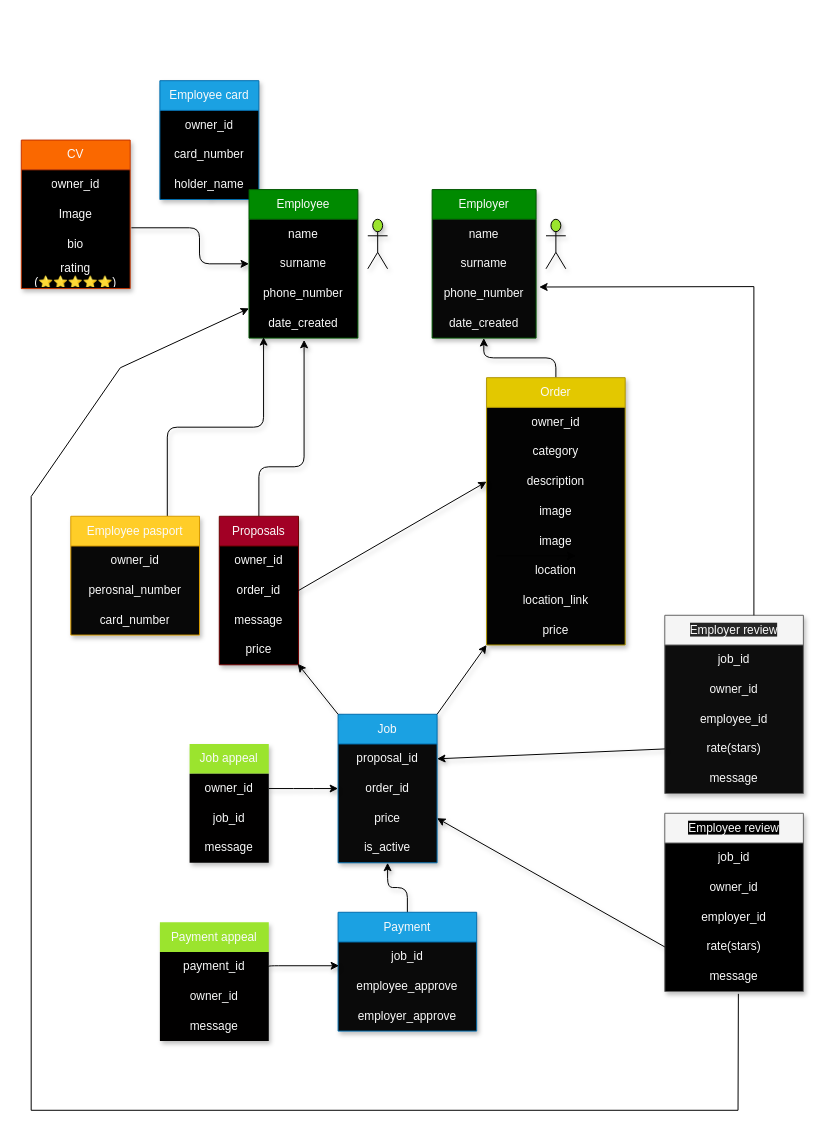
Above: draw.drawio in Labbay-Hizmatizda/main-project (draw.io), before the change. Source tidied: cells renumbered, new cells numbered last; positions are measured from the earlier drawing's top-left corner, leaving out a move shared by most shapes. Both pictures are drawn from the tidied source at 99%, with x=0, y=0 at pixel (21, 80).
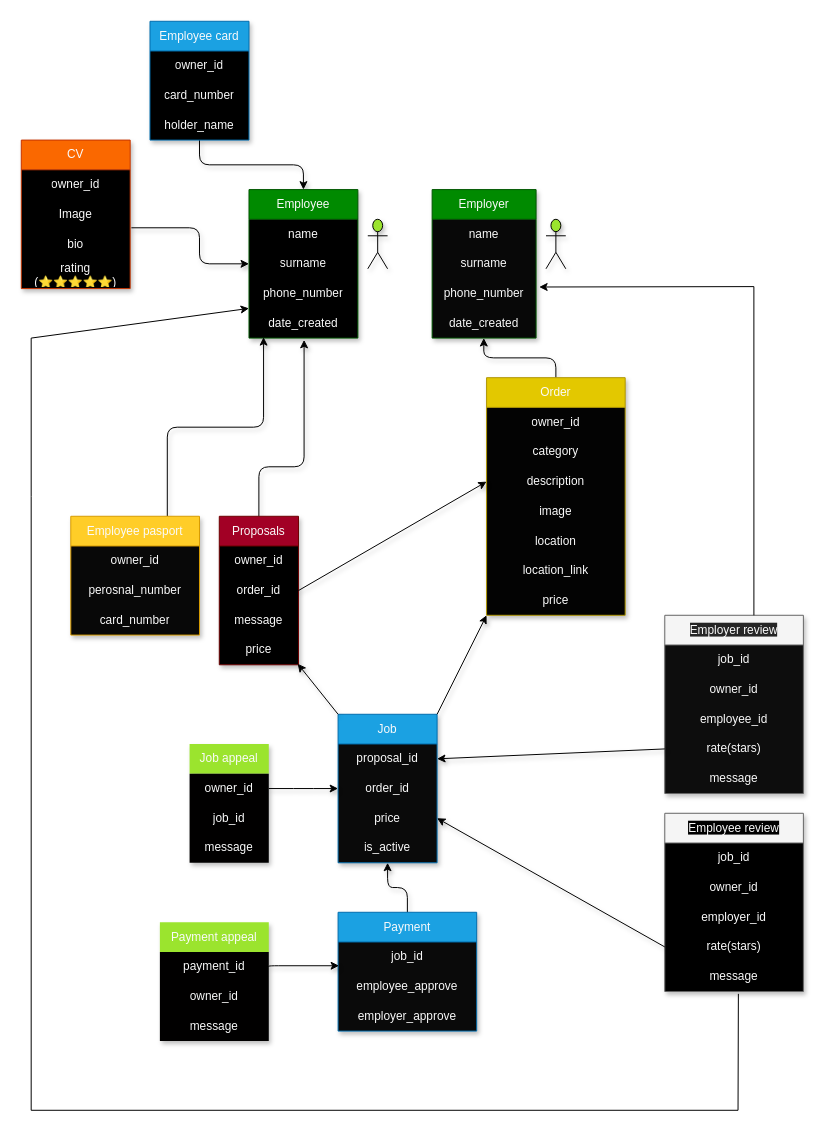
The same page after the edit.

The change refers to these unchanged cells:
```xml
<mxCell id="81" value="message" style="text;strokeColor=none;fillColor=none;align=center;verticalAlign=middle;spacingLeft=4;spacingRight=4;overflow=hidden;points=[[0,0.5],[1,0.5]];portConstraint=eastwest;whiteSpace=wrap;html=1;labelBackgroundColor=none;fontColor=#fafafa;shadow=1;" parent="76" vertex="1">
  <mxGeometry y="150" width="140" height="30" as="geometry" />
</mxCell>
```

Change to the diagram source:
```diff
@@
     <mxCell id="3" value="Employee card" style="swimlane;fontStyle=0;horizontal=1;startSize=30;whiteSpace=wrap;html=1;fillColor=#1ba1e2;fontColor=#fafafa;strokeColor=#006EAF;gradientColor=none;swimlaneFillColor=#000000;align=center;labelBackgroundColor=none;shadow=1;" parent="1" vertex="1">
-      <mxGeometry x="140" width="100" height="120" as="geometry" />
+      <mxGeometry x="130" y="-60" width="100" height="120" as="geometry" />
     </mxCell>
@@
     <mxCell id="24" value="Order" style="swimlane;fontStyle=0;horizontal=1;startSize=30;whiteSpace=wrap;html=1;fillColor=#e3c800;fontColor=#fafafa;strokeColor=#B09500;swimlaneFillColor=#030303;align=center;labelBackgroundColor=none;shadow=1;" parent="1" vertex="1">
-      <mxGeometry x="470" y="300" width="140" height="270" as="geometry" />
+      <mxGeometry x="470" y="300" width="140" height="240" as="geometry" />
     </mxCell>
@@
-    <mxCell id="29" value="image" style="text;strokeColor=none;fillColor=none;align=center;verticalAlign=middle;spacingLeft=4;spacingRight=4;overflow=hidden;whiteSpace=wrap;html=1;labelBackgroundColor=none;fontColor=#fafafa;shadow=1;" parent="24" vertex="1">
-      <mxGeometry y="150" width="140" height="30" as="geometry" />
-    </mxCell>
     <mxCell id="30" value="location" style="text;strokeColor=none;fillColor=none;align=center;verticalAlign=middle;spacingLeft=4;spacingRight=4;overflow=hidden;whiteSpace=wrap;html=1;labelBackgroundColor=none;fontColor=#fafafa;shadow=1;" parent="24" vertex="1">
-      <mxGeometry y="180" width="140" height="30" as="geometry" />
+      <mxGeometry y="150" width="140" height="30" as="geometry" />
     </mxCell>
     <mxCell id="31" value="location_link" style="text;strokeColor=none;fillColor=none;align=center;verticalAlign=middle;spacingLeft=4;spacingRight=4;overflow=hidden;whiteSpace=wrap;html=1;labelBackgroundColor=none;fontColor=#fafafa;shadow=1;" parent="24" vertex="1">
-      <mxGeometry y="210" width="140" height="30" as="geometry" />
+      <mxGeometry y="180" width="140" height="30" as="geometry" />
     </mxCell>
     <mxCell id="32" value="price" style="text;strokeColor=none;fillColor=none;align=center;verticalAlign=middle;spacingLeft=4;spacingRight=4;overflow=hidden;whiteSpace=wrap;html=1;labelBackgroundColor=none;fontColor=#fafafa;shadow=1;" parent="24" vertex="1">
-      <mxGeometry y="240" width="140" height="30" as="geometry" />
+      <mxGeometry y="210" width="140" height="30" as="geometry" />
     </mxCell>
@@
     <mxCell id="84" style="endArrow=classic;html=1;rounded=0;exitX=0.531;exitY=1.08;exitDx=0;exitDy=0;exitPerimeter=0;" parent="1" edge="1" source="81">
       <mxGeometry relative="1" as="geometry">
         <mxPoint x="230" y="230" as="targetPoint" />
         <Array as="points">
           <mxPoint x="724" y="1040" />
           <mxPoint x="10" y="1040" />
           <mxPoint x="10" y="420" />
-          <mxPoint x="100" y="290" />
+          <mxPoint x="10" y="260" />
         </Array>
       </mxGeometry>
     </mxCell>
@@
-    <mxCell id="86" style="edgeStyle=none;orthogonalLoop=1;jettySize=auto;html=1;rounded=0;" parent="1" edge="1">
-      <mxGeometry relative="1" as="geometry">
-        <mxPoint x="480" y="480" as="sourcePoint" />
-        <mxPoint x="560" y="480" as="targetPoint" />
-      </mxGeometry>
-    </mxCell>
```
